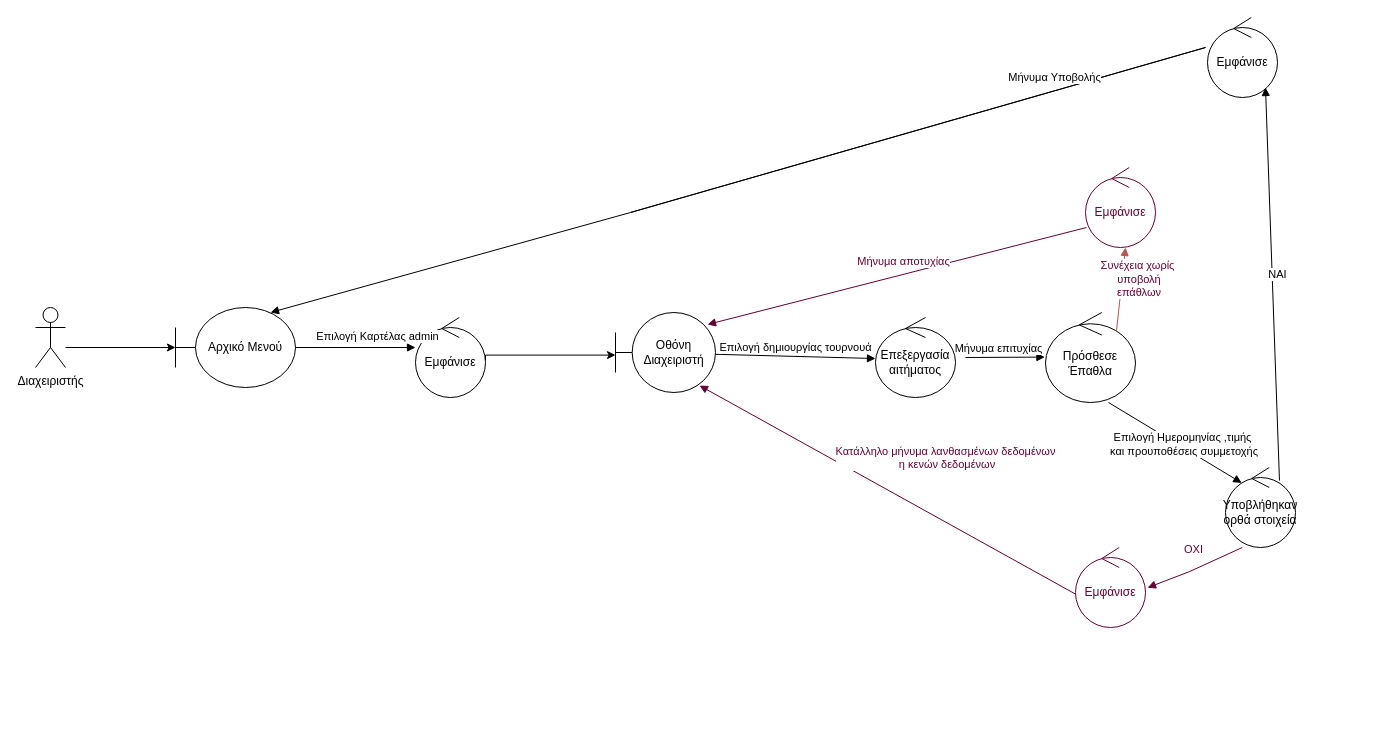
Pspetz/Organthlon keeps this draw.io diagram as spetz/paradoteo4/admin_add_tournament.drawio. Above is the earlier version. Source tidied: cells renumbered, new cells numbered last; positions are measured from the earlier drawing's top-left corner, leaving out a move shared by most shapes. Both pictures are drawn from the tidied source at 100%, with x=0, y=0 at pixel (35, 17).
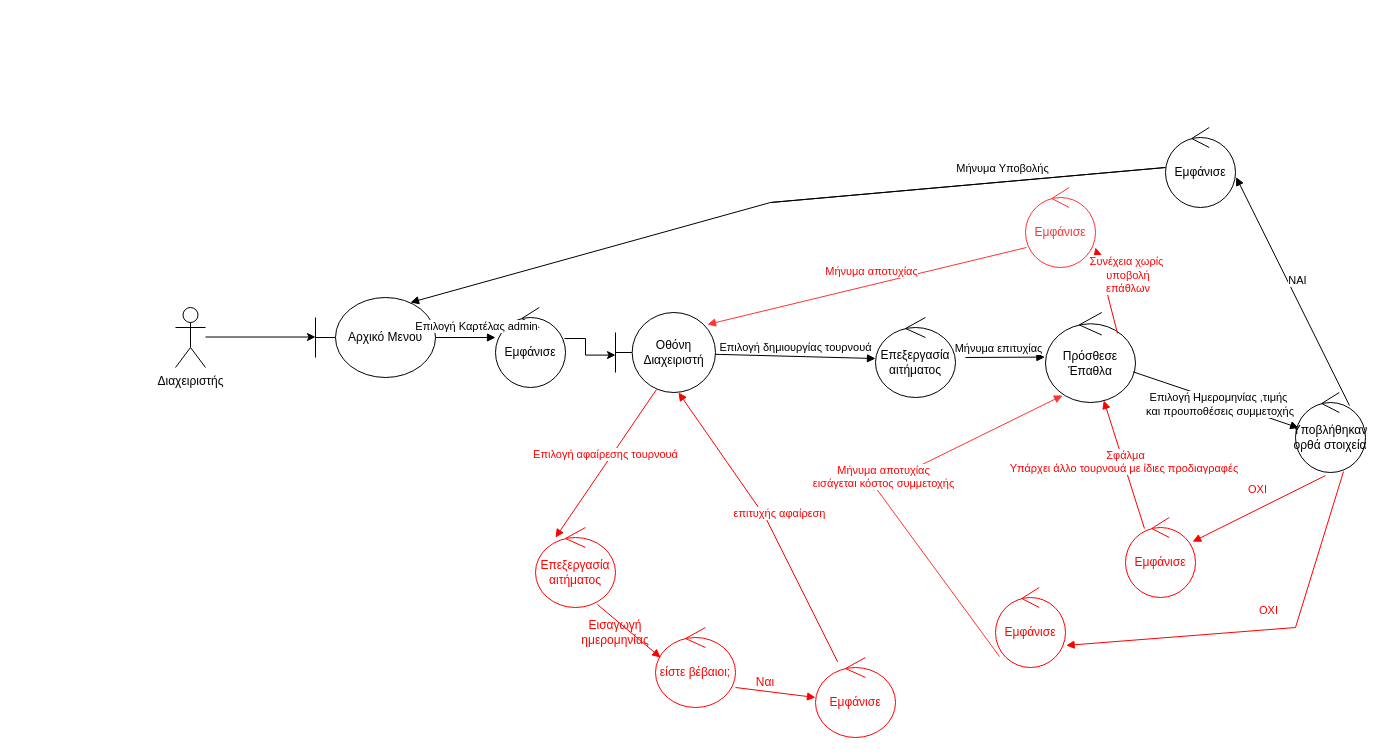
After the change.

The change refers to these unchanged cells:
```xml
<mxCell id="10" value="Πρόσθεσε Έπαθλα" style="ellipse;shape=umlControl;whiteSpace=wrap;html=1;rotation=0;" parent="1" vertex="1">
  <mxGeometry x="1010" y="295" width="90" height="90" as="geometry" />
</mxCell>
<mxCell id="18" value="Οθόνη Διαχειριστή" style="shape=umlBoundary;whiteSpace=wrap;html=1;" parent="1" vertex="1">
  <mxGeometry x="580" y="295" width="100" height="80" as="geometry" />
</mxCell>
```

What changed in the source:
```diff
@@
     <mxCell id="2" value="Διαχειριστής" style="shape=umlActor;verticalLabelPosition=bottom;verticalAlign=top;html=1;" parent="1" vertex="1">
-      <mxGeometry y="290" width="30" height="60" as="geometry" />
+      <mxGeometry x="140" y="290" width="30" height="60" as="geometry" />
     </mxCell>
     <mxCell id="3" value="Αρχικό Μενού" style="shape=umlBoundary;whiteSpace=wrap;html=1;" parent="1" vertex="1">
-      <mxGeometry x="140" y="290" width="120" height="80" as="geometry" />
+      <mxGeometry x="280" y="280" width="120" height="80" as="geometry" />
     </mxCell>
     <mxCell id="4" value="Εμφάνισε" style="ellipse;shape=umlControl;whiteSpace=wrap;html=1;" parent="1" vertex="1">
-      <mxGeometry x="380" y="300" width="70" height="80" as="geometry" />
+      <mxGeometry x="460" y="290" width="70" height="80" as="geometry" />
     </mxCell>
@@
     <mxCell id="6" style="edgeStyle=orthogonalEdgeStyle;rounded=0;orthogonalLoop=1;jettySize=auto;html=1;exitX=0.5;exitY=0.5;exitDx=0;exitDy=0;exitPerimeter=0;" parent="1" edge="1">
       <mxGeometry relative="1" as="geometry">
-        <mxPoint x="30" y="329.5" as="sourcePoint" />
-        <mxPoint x="140" y="330" as="targetPoint" />
+        <mxPoint x="170" y="319" as="sourcePoint" />
+        <mxPoint x="280" y="319.5" as="targetPoint" />
         <Array as="points">
-          <mxPoint x="140" y="330" />
+          <mxPoint x="280" y="319.5" />
         </Array>
       </mxGeometry>
     </mxCell>
@@
-    <mxCell id="11" style="html=1;verticalAlign=bottom;endArrow=block;rounded=0;entryX=0.097;entryY=0.357;entryDx=0;entryDy=0;entryPerimeter=0;" parent="1" edge="1">
+    <mxCell id="11" style="html=1;verticalAlign=bottom;endArrow=block;rounded=0;entryX=0.097;entryY=0.357;entryDx=0;entryDy=0;entryPerimeter=0;" parent="1" edge="1" source="10">
       <mxGeometry x="0.06" y="-3" relative="1" as="geometry">
-        <mxPoint x="1073" y="385" as="sourcePoint" />
-        <mxPoint x="1206.2" y="465.4" as="targetPoint" />
+        <mxPoint x="1263.2" y="410.4" as="targetPoint" />
       </mxGeometry>
     </mxCell>
@@
     <mxCell id="13" value="Υποβλήθηκαν ορθά στοιχεία" style="ellipse;shape=umlControl;whiteSpace=wrap;html=1;" parent="1" vertex="1">
-      <mxGeometry x="1190" y="450" width="70" height="80" as="geometry" />
+      <mxGeometry x="1260" y="375" width="70" height="80" as="geometry" />
     </mxCell>
-    <mxCell id="14" value="ΟΧΙ" style="html=1;verticalAlign=bottom;endArrow=block;rounded=0;strokeColor=#660033;fontColor=#660033;exitX=0.038;exitY=0.825;exitDx=0;exitDy=0;exitPerimeter=0;" parent="1" edge="1">
-      <mxGeometry x="-0.04" y="-10" relative="1" as="geometry">
-        <mxPoint x="1206.8" y="530" as="sourcePoint" />
-        <mxPoint x="1112" y="570.2" as="targetPoint" />
-        <Array as="points">
-          <mxPoint x="1154.2" y="554" />
-        </Array>
-      </mxGeometry>
-    </mxCell>
-    <mxCell id="15" value="Εμφάνισε" style="ellipse;shape=umlControl;whiteSpace=wrap;html=1;strokeColor=#660033;fontColor=#660033;" parent="1" vertex="1">
-      <mxGeometry x="1040" y="530" width="70" height="80" as="geometry" />
-    </mxCell>
-    <mxCell id="16" value="Κατάλληλο μήνυμα λανθασμένων δεδομένων&lt;br&gt;&amp;nbsp;η κενών δεδομένων" style="html=1;verticalAlign=bottom;endArrow=block;rounded=0;fontColor=#660033;strokeColor=#660033;exitX=-0.01;exitY=0.575;exitDx=0;exitDy=0;exitPerimeter=0;entryX=0.84;entryY=0.913;entryDx=0;entryDy=0;entryPerimeter=0;" parent="1" edge="1" target="18">
-      <mxGeometry x="-0.2" y="-43" relative="1" as="geometry">
-        <mxPoint x="1040" y="576.6" as="sourcePoint" />
-      </mxGeometry>
-    </mxCell>
-    <mxCell id="17" style="edgeStyle=orthogonalEdgeStyle;rounded=0;orthogonalLoop=1;jettySize=auto;html=1;" parent="1" edge="1">
+    <mxCell id="17" style="edgeStyle=orthogonalEdgeStyle;rounded=0;jettySize=auto;html=1;exitX=0.986;exitY=0.388;exitDx=0;exitDy=0;exitPerimeter=0;" parent="1" edge="1" source="4">
       <mxGeometry relative="1" as="geometry">
-        <mxPoint x="450" y="342.4" as="sourcePoint" />
         <mxPoint x="580" y="337.6" as="targetPoint" />
         <Array as="points">
-          <mxPoint x="450" y="337.6" />
+          <mxPoint x="550" y="321" />
+          <mxPoint x="550" y="338" />
         </Array>
       </mxGeometry>
     </mxCell>
@@
-    <mxCell id="20" value="ΝΑΙ" style="html=1;verticalAlign=bottom;endArrow=block;rounded=0;exitX=0.771;exitY=0.163;exitDx=0;exitDy=0;exitPerimeter=0;" parent="1" edge="1" source="13">
-      <mxGeometry y="-5" relative="1" as="geometry">
-        <mxPoint x="1230" y="70" as="targetPoint" />
-      </mxGeometry>
+    <mxCell id="20" value="ΝΑΙ" style="html=1;verticalAlign=bottom;endArrow=block;rounded=0;exitX=0.771;exitY=0.163;exitDx=0;exitDy=0;exitPerimeter=0;entryX=1.009;entryY=0.621;entryDx=0;entryDy=0;entryPerimeter=0;" parent="1" edge="1" source="13" target="21">
+      <mxGeometry y="-5" relative="1" as="geometry" />
     </mxCell>
     <mxCell id="21" value="Εμφάνισε" style="ellipse;shape=umlControl;whiteSpace=wrap;html=1;" parent="1" vertex="1">
-      <mxGeometry x="1172" width="70" height="80" as="geometry" />
+      <mxGeometry x="1130" y="110" width="70" height="80" as="geometry" />
     </mxCell>
     <mxCell id="22" value="Μήνυμα Υποβολής" style="html=1;verticalAlign=bottom;endArrow=block;rounded=0;" parent="1" edge="1">
       <mxGeometry x="-0.04" y="-4" relative="1" as="geometry">
-        <mxPoint x="595" y="195" as="sourcePoint" />
-        <mxPoint x="235" y="295" as="targetPoint" />
+        <mxPoint x="735" y="185" as="sourcePoint" />
+        <mxPoint x="375" y="285" as="targetPoint" />
         <Array as="points">
-          <mxPoint x="1170" y="30" />
-          <mxPoint x="595" y="195" />
+          <mxPoint x="1130" y="150" />
+          <mxPoint x="735" y="185" />
         </Array>
       </mxGeometry>
     </mxCell>
-    <mxCell id="23" value="Συνέχεια χωρίς&lt;br&gt;&amp;nbsp;υποβολή&lt;br&gt;&amp;nbsp;επάθλων" style="html=1;verticalAlign=bottom;endArrow=block;rounded=0;fillColor=#f8cecc;strokeColor=#b85450;fontColor=#660033;" parent="1" edge="1">
+    <mxCell id="23" value="Συνέχεια χωρίς&lt;br&gt;&amp;nbsp;υποβολή&lt;br&gt;&amp;nbsp;επάθλων" style="html=1;verticalAlign=bottom;endArrow=block;rounded=0;fillColor=#f8cecc;strokeColor=#FF0000;fontColor=#FF0000;exitX=0.8;exitY=0.233;exitDx=0;exitDy=0;exitPerimeter=0;" parent="1" edge="1" source="10">
       <mxGeometry x="-0.26" y="-18" relative="1" as="geometry">
-        <mxPoint x="1081" y="313.3" as="sourcePoint" />
-        <mxPoint x="1090" y="230" as="targetPoint" />
+        <mxPoint x="1060" y="230" as="targetPoint" />
       </mxGeometry>
     </mxCell>
-    <mxCell id="24" value="Εμφάνισε" style="ellipse;shape=umlControl;whiteSpace=wrap;html=1;fontColor=#660033;strokeColor=#660033;" parent="1" vertex="1">
-      <mxGeometry x="1050" y="150" width="70" height="80" as="geometry" />
+    <mxCell id="24" value="Εμφάνισε" style="ellipse;shape=umlControl;whiteSpace=wrap;html=1;fontColor=#FF3333;strokeColor=#FF3333;" parent="1" vertex="1">
+      <mxGeometry x="990" y="170" width="70" height="80" as="geometry" />
     </mxCell>
-    <mxCell id="25" value="Μήνυμα αποτυχίας" style="html=1;verticalAlign=bottom;endArrow=block;rounded=0;entryX=0.92;entryY=0.15;entryDx=0;entryDy=0;entryPerimeter=0;fontColor=#660033;strokeColor=#660033;exitX=0.014;exitY=0.75;exitDx=0;exitDy=0;exitPerimeter=0;" parent="1" edge="1" source="24" target="18">
+    <mxCell id="25" value="Μήνυμα αποτυχίας" style="html=1;verticalAlign=bottom;endArrow=block;rounded=0;entryX=0.92;entryY=0.15;entryDx=0;entryDy=0;entryPerimeter=0;fontColor=#FF0000;strokeColor=#FF3333;exitX=0.014;exitY=0.75;exitDx=0;exitDy=0;exitPerimeter=0;" parent="1" edge="1" source="24" target="18">
       <mxGeometry x="-0.04" y="-4" relative="1" as="geometry" />
     </mxCell>
+    <mxCell id="26" value="Επιλογή αφαίρεσης τουρνουά" style="html=1;verticalAlign=bottom;endArrow=block;rounded=0;exitX=0.41;exitY=0.963;exitDx=0;exitDy=0;exitPerimeter=0;fontColor=#FF0000;strokeColor=#FF0000;entryX=0.25;entryY=0.125;entryDx=0;entryDy=0;entryPerimeter=0;" parent="1" edge="1" source="18" target="27">
+      <mxGeometry relative="1" as="geometry" />
+    </mxCell>
+    <mxCell id="27" value="Επεξεργασία αιτήματος&lt;br&gt;" style="ellipse;shape=umlControl;whiteSpace=wrap;html=1;strokeColor=#FF0000;fontColor=#FF0000;" parent="1" vertex="1">
+      <mxGeometry x="500" y="510" width="80" height="80" as="geometry" />
+    </mxCell>
+    <mxCell id="28" style="html=1;verticalAlign=bottom;endArrow=block;rounded=0;fontColor=#FF0000;strokeColor=#FF0000;exitX=0.775;exitY=0.963;exitDx=0;exitDy=0;exitPerimeter=0;entryX=0.063;entryY=0.375;entryDx=0;entryDy=0;entryPerimeter=0;" parent="1" edge="1" source="27" target="29">
+      <mxGeometry x="0.06" y="-3" relative="1" as="geometry" />
+    </mxCell>
+    <mxCell id="29" value="είστε βέβαιοι;&lt;br&gt;" style="ellipse;shape=umlControl;whiteSpace=wrap;html=1;strokeColor=#FF0000;fontColor=#FF0000;" parent="1" vertex="1">
+      <mxGeometry x="620" y="610" width="80" height="80" as="geometry" />
+    </mxCell>
+    <mxCell id="30" style="html=1;verticalAlign=bottom;endArrow=block;rounded=0;fontColor=#FF0000;strokeColor=#FF0000;" parent="1" edge="1">
+      <mxGeometry x="0.06" y="-3" relative="1" as="geometry">
+        <mxPoint x="700" y="670" as="sourcePoint" />
+        <mxPoint x="780" y="680" as="targetPoint" />
+      </mxGeometry>
+    </mxCell>
+    <mxCell id="31" value="Ναι" style="text;html=1;strokeColor=none;fillColor=none;align=center;verticalAlign=middle;whiteSpace=wrap;rounded=0;fontColor=#FF0000;" parent="1" vertex="1">
+      <mxGeometry x="700" y="650" width="60" height="30" as="geometry" />
+    </mxCell>
+    <mxCell id="32" value="&lt;font color=&quot;#ff0000&quot;&gt;Εμφάνισε&lt;/font&gt;" style="ellipse;shape=umlControl;whiteSpace=wrap;html=1;strokeColor=#FF0000;" parent="1" vertex="1">
+      <mxGeometry x="780" y="640" width="80" height="80" as="geometry" />
+    </mxCell>
+    <mxCell id="33" value="επιτυχής αφαίρεση" style="html=1;verticalAlign=bottom;endArrow=block;rounded=0;strokeColor=#FF0000;fontColor=#FF0000;entryX=0.63;entryY=1;entryDx=0;entryDy=0;entryPerimeter=0;" parent="1" edge="1" source="32" target="18">
+      <mxGeometry x="-0.04" y="-10" relative="1" as="geometry">
+        <Array as="points">
+          <mxPoint x="730" y="500" />
+        </Array>
+      </mxGeometry>
+    </mxCell>
+    <mxCell id="34" value="ΟΧΙ" style="html=1;verticalAlign=bottom;endArrow=block;rounded=0;strokeColor=#FF0000;fontColor=#FF0000;exitX=0.429;exitY=1.038;exitDx=0;exitDy=0;exitPerimeter=0;" parent="1" edge="1" source="13" target="35">
+      <mxGeometry x="-0.04" y="-10" relative="1" as="geometry" />
+    </mxCell>
+    <mxCell id="35" value="Εμφάνισε" style="ellipse;shape=umlControl;whiteSpace=wrap;html=1;strokeColor=#FF0000;fontColor=#FF0000;" parent="1" vertex="1">
+      <mxGeometry x="1090" y="500" width="70" height="80" as="geometry" />
+    </mxCell>
+    <mxCell id="36" value="Σφάλμα&lt;br&gt;Υπάρχει άλλο τουρνουά με ίδιες προδιαγραφές&amp;nbsp;" style="html=1;verticalAlign=bottom;endArrow=block;rounded=0;fontColor=#FF0000;strokeColor=#FF0000;exitX=0.271;exitY=0.138;exitDx=0;exitDy=0;exitPerimeter=0;" parent="1" edge="1" source="35" target="10">
+      <mxGeometry x="-0.19" y="3" relative="1" as="geometry" />
+    </mxCell>
+    <mxCell id="37" value="ΟΧΙ" style="html=1;verticalAlign=bottom;endArrow=block;rounded=0;strokeColor=#FF0000;fontColor=#FF0000;exitX=0.686;exitY=0.988;exitDx=0;exitDy=0;exitPerimeter=0;entryX=1.009;entryY=0.724;entryDx=0;entryDy=0;entryPerimeter=0;" parent="1" edge="1" source="13" target="38">
+      <mxGeometry x="-0.04" y="-10" relative="1" as="geometry">
+        <Array as="points">
+          <mxPoint x="1260" y="610" />
+        </Array>
+      </mxGeometry>
+    </mxCell>
+    <mxCell id="38" value="Εμφάνισε" style="ellipse;shape=umlControl;whiteSpace=wrap;html=1;strokeColor=#FF0000;fontColor=#FF0000;" parent="1" vertex="1">
+      <mxGeometry x="960" y="570" width="70" height="80" as="geometry" />
+    </mxCell>
+    <mxCell id="39" value="Μήνυμα αποτυχίας&lt;br&gt;εισάγεται κόστος συμμετοχής" style="html=1;verticalAlign=bottom;endArrow=block;rounded=0;fontColor=#FF0000;strokeColor=#FF3333;exitX=0.057;exitY=0.863;exitDx=0;exitDy=0;exitPerimeter=0;entryX=0.189;entryY=0.922;entryDx=0;entryDy=0;entryPerimeter=0;" parent="1" edge="1" source="38" target="10">
+      <mxGeometry x="-0.04" y="-4" relative="1" as="geometry">
+        <Array as="points">
+          <mxPoint x="840" y="470" />
+        </Array>
+      </mxGeometry>
+    </mxCell>
+    <mxCell id="40" value="Εισαγωγή ημερομηνίας" style="text;html=1;strokeColor=none;fillColor=none;align=center;verticalAlign=middle;whiteSpace=wrap;rounded=0;fontColor=#FF0000;" parent="1" vertex="1">
+      <mxGeometry x="550" y="600" width="60" height="30" as="geometry" />
+    </mxCell>
```
